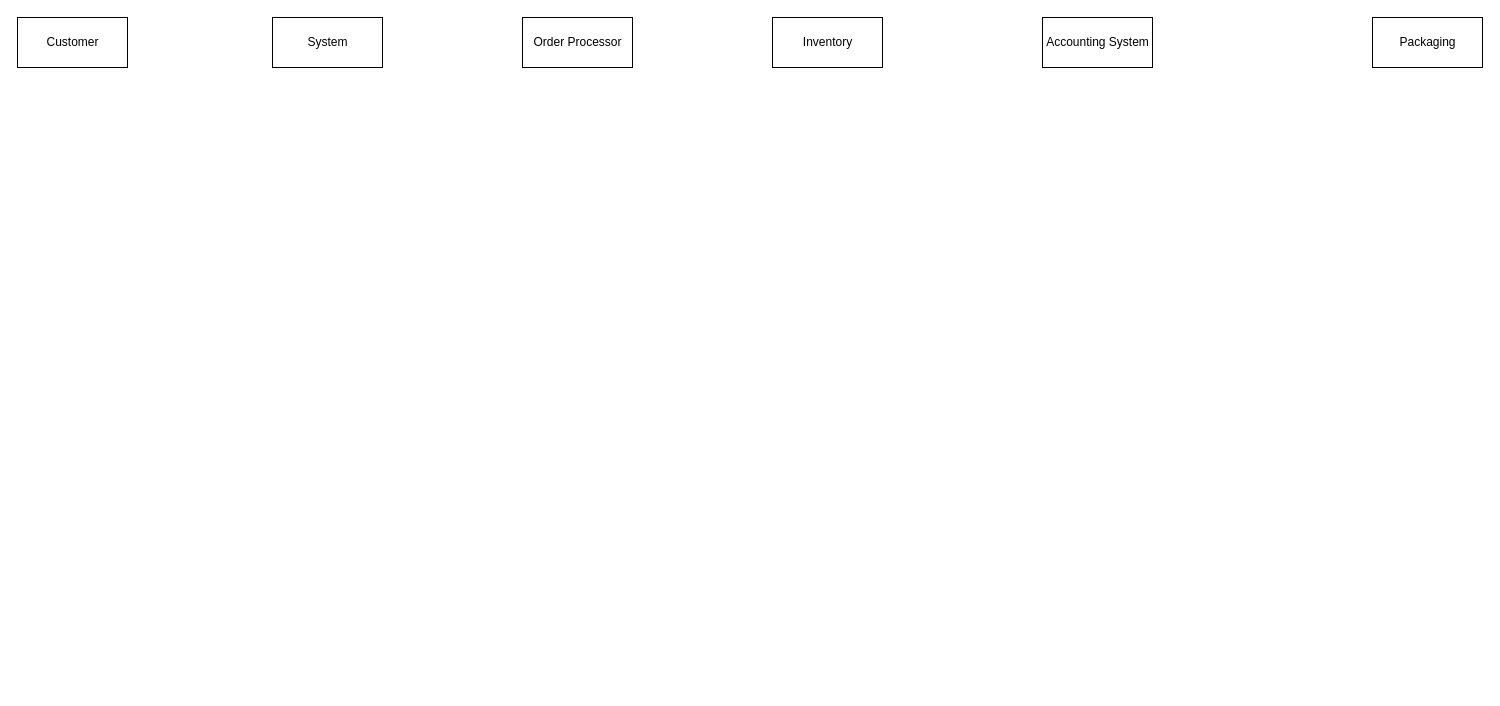
Above: Untitled Diagram.drawio in codingXllama/Object-Oriented-Design-in-Java (draw.io), before the change. Source tidied: cells renumbered, new cells numbered last; positions are measured from the earlier drawing's top-left corner, leaving out a move shared by most shapes. Both pictures are drawn from the tidied source at 100%, with x=0, y=0 at pixel (17, 17).
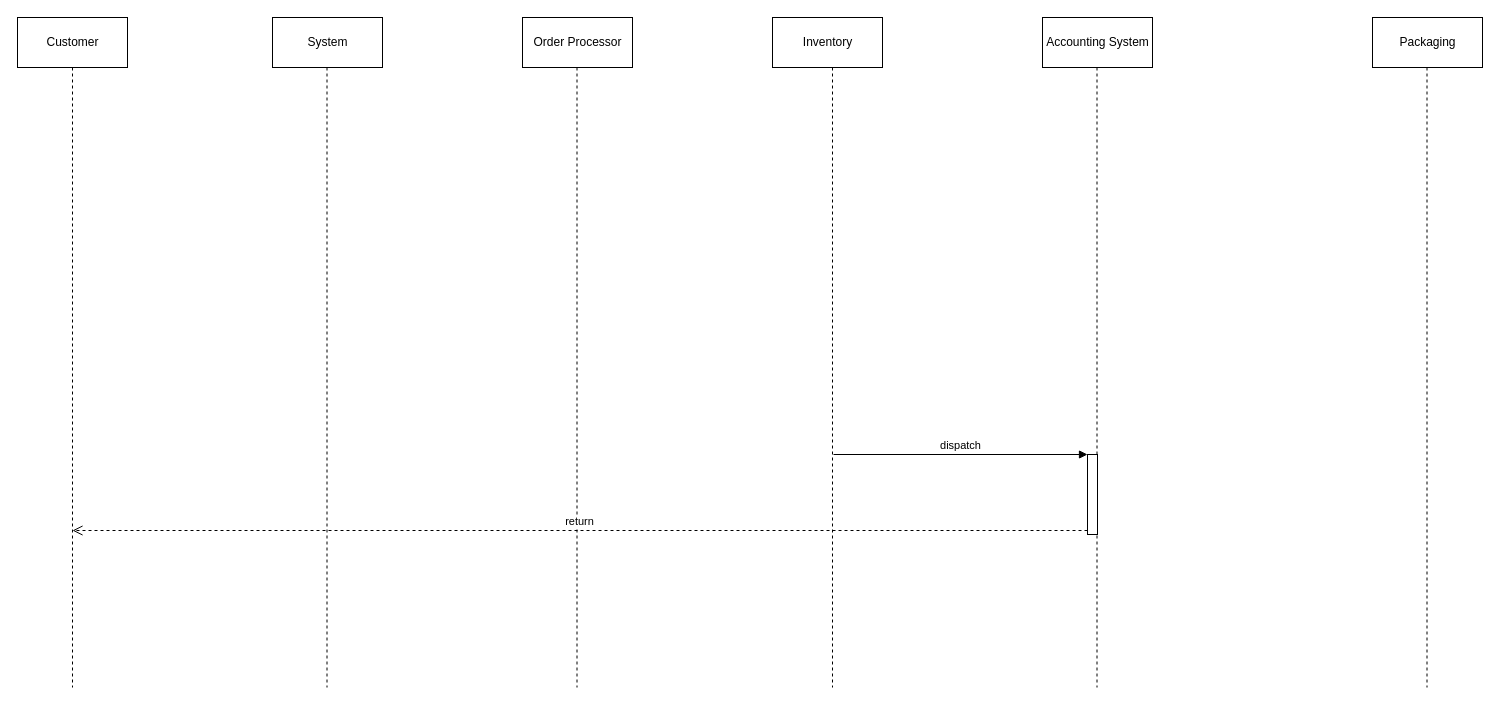
The same page after the edit.

The change refers to these unchanged cells:
```xml
<mxCell id="2" value="Customer&lt;br&gt;" style="html=1;" parent="1" vertex="1">
  <mxGeometry width="110" height="50" as="geometry" />
</mxCell>
```

The edit, as a diff of the source:
```diff
@@
-<mxGraphModel background="#ffffff">
+<mxGraphModel>
@@
+    <mxCell id="8" style="edgeStyle=orthogonalEdgeStyle;rounded=0;jettySize=auto;html=1;dashed=1;strokeColor=#000000;endArrow=none;endFill=0;" parent="1" edge="1" source="2">
+      <mxGeometry relative="1" as="geometry">
+        <mxPoint x="55" y="670" as="targetPoint" />
+      </mxGeometry>
+    </mxCell>
@@
+    <mxCell id="9" style="edgeStyle=orthogonalEdgeStyle;rounded=0;orthogonalLoop=1;jettySize=auto;html=1;dashed=1;strokeColor=#000000;endArrow=none;endFill=0;" parent="1" edge="1">
+      <mxGeometry relative="1" as="geometry">
+        <mxPoint x="815" y="50" as="sourcePoint" />
+        <mxPoint x="815" y="670" as="targetPoint" />
+      </mxGeometry>
+    </mxCell>
+    <mxCell id="10" style="edgeStyle=orthogonalEdgeStyle;rounded=0;orthogonalLoop=1;jettySize=auto;html=1;dashed=1;strokeColor=#000000;endArrow=none;endFill=0;" parent="1" edge="1">
+      <mxGeometry relative="1" as="geometry">
+        <mxPoint x="309.5" y="50" as="sourcePoint" />
+        <mxPoint x="309.5" y="670" as="targetPoint" />
+      </mxGeometry>
+    </mxCell>
+    <mxCell id="11" style="edgeStyle=orthogonalEdgeStyle;rounded=0;orthogonalLoop=1;jettySize=auto;html=1;dashed=1;strokeColor=#000000;endArrow=none;endFill=0;" parent="1" edge="1">
+      <mxGeometry relative="1" as="geometry">
+        <mxPoint x="559.5" y="50" as="sourcePoint" />
+        <mxPoint x="559.5" y="670" as="targetPoint" />
+      </mxGeometry>
+    </mxCell>
+    <mxCell id="12" style="edgeStyle=orthogonalEdgeStyle;rounded=0;orthogonalLoop=1;jettySize=auto;html=1;dashed=1;strokeColor=#000000;endArrow=none;endFill=0;" parent="1" edge="1">
+      <mxGeometry relative="1" as="geometry">
+        <mxPoint x="1079.5" y="50" as="sourcePoint" />
+        <mxPoint x="1079.5" y="670" as="targetPoint" />
+      </mxGeometry>
+    </mxCell>
+    <mxCell id="13" style="edgeStyle=orthogonalEdgeStyle;rounded=0;orthogonalLoop=1;jettySize=auto;html=1;dashed=1;strokeColor=#000000;endArrow=none;endFill=0;" parent="1" edge="1">
+      <mxGeometry relative="1" as="geometry">
+        <mxPoint x="1409.5" y="50" as="sourcePoint" />
+        <mxPoint x="1409.5" y="670" as="targetPoint" />
+      </mxGeometry>
+    </mxCell>
+    <mxCell id="14" style="html=1;points=[];perimeter=orthogonalPerimeter;" parent="1" vertex="1">
+      <mxGeometry x="1070" y="437" width="10" height="80" as="geometry" />
+    </mxCell>
+    <mxCell id="15" value="dispatch" style="verticalAlign=bottom;endArrow=block;entryX=0;entryY=0;strokeColor=#000000;labelBorderColor=none;shadow=0;html=1;" parent="1" edge="1" target="14">
+      <mxGeometry relative="1" as="geometry">
+        <mxPoint x="816" y="437" as="sourcePoint" />
+      </mxGeometry>
+    </mxCell>
+    <mxCell id="16" value="return" style="html=1;verticalAlign=bottom;endArrow=open;dashed=1;endSize=8;exitX=0;exitY=0.95;strokeColor=#000000;" parent="1" edge="1" source="14">
+      <mxGeometry relative="1" as="geometry">
+        <mxPoint x="55" y="513" as="targetPoint" />
+      </mxGeometry>
+    </mxCell>
```
